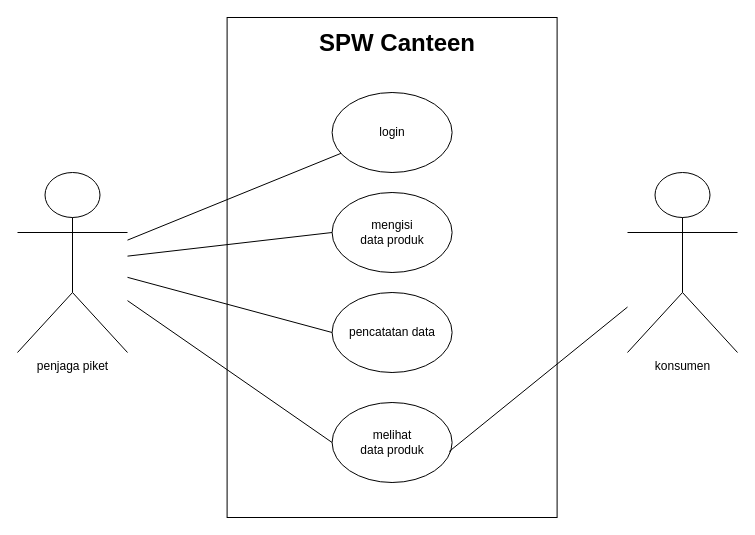
This is use_case.drawio from R-TSE-Real-Time-Software-Engineers/SPW-Canteen, a draw.io file, before an edit. Source tidied: cells renumbered, new cells numbered last; positions are measured from the earlier drawing's top-left corner, leaving out a move shared by most shapes. Both pictures are drawn from the tidied source at 100%, with x=0, y=0 at pixel (17, 22).
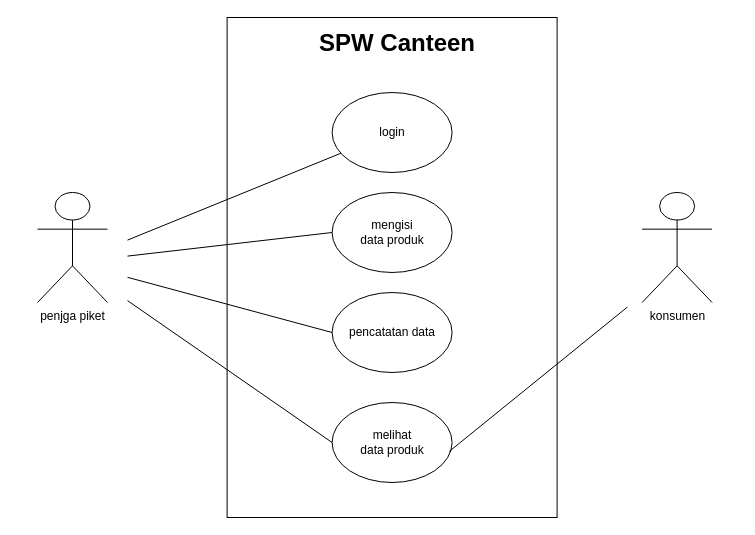
Above is the later version.

Change to the diagram source:
```diff
@@
 <mxGraphModel>
   <root>
     <mxCell id="0" />
     <mxCell id="1" parent="0" />
     <mxCell id="2" style="rounded=0;whiteSpace=wrap;html=1;rotation=90;" parent="1" vertex="1">
       <mxGeometry x="124.6" y="80" width="500" height="330" as="geometry" />
     </mxCell>
-    <mxCell id="3" value="penjaga piket" style="shape=umlActor;verticalLabelPosition=bottom;verticalAlign=top;html=1;outlineConnect=0;" parent="1" vertex="1">
-      <mxGeometry y="150" width="110" height="180" as="geometry" />
-    </mxCell>
-    <mxCell id="4" value="konsumen" style="shape=umlActor;verticalLabelPosition=bottom;verticalAlign=top;html=1;outlineConnect=0;" parent="1" vertex="1">
-      <mxGeometry x="610" y="150" width="110" height="180" as="geometry" />
-    </mxCell>
     <mxCell id="5" value="&lt;h1 style=&quot;margin-top: 0px;&quot;&gt;SPW Canteen&lt;/h1&gt;" style="text;html=1;whiteSpace=wrap;overflow=hidden;rounded=0;" parent="1" vertex="1">
       <mxGeometry x="300" width="180" height="40" as="geometry" />
     </mxCell>
     <mxCell id="6" value="login" style="ellipse;whiteSpace=wrap;html=1;" parent="1" vertex="1">
       <mxGeometry x="314.6" y="70" width="120" height="80" as="geometry" />
     </mxCell>
     <mxCell id="7" value="mengisi&lt;div&gt;data&amp;nbsp;&lt;span style=&quot;background-color: initial;&quot;&gt;produk&lt;/span&gt;&lt;/div&gt;" style="ellipse;whiteSpace=wrap;html=1;" parent="1" vertex="1">
       <mxGeometry x="314.6" y="170" width="120" height="80" as="geometry" />
     </mxCell>
     <mxCell id="8" value="pencatatan data" style="ellipse;whiteSpace=wrap;html=1;" parent="1" vertex="1">
       <mxGeometry x="314.6" y="270" width="120" height="80" as="geometry" />
     </mxCell>
     <mxCell id="9" value="melihat&lt;div&gt;data produk&lt;/div&gt;" style="ellipse;whiteSpace=wrap;html=1;" parent="1" vertex="1">
       <mxGeometry x="314.6" y="380" width="120" height="80" as="geometry" />
     </mxCell>
-    <mxCell id="10" style="endArrow=none;html=1;rounded=0;" parent="1" edge="1" source="3" target="6">
-      <mxGeometry relative="1" as="geometry" />
+    <mxCell id="10" style="endArrow=none;html=1;rounded=0;" parent="1" edge="1" target="6">
+      <mxGeometry relative="1" as="geometry">
+        <mxPoint x="110" y="217.6" as="sourcePoint" />
+      </mxGeometry>
     </mxCell>
-    <mxCell id="11" style="endArrow=none;html=1;rounded=0;entryX=0;entryY=0.5;entryDx=0;entryDy=0;" parent="1" edge="1" source="3" target="7">
-      <mxGeometry relative="1" as="geometry" />
+    <mxCell id="11" style="endArrow=none;html=1;rounded=0;entryX=0;entryY=0.5;entryDx=0;entryDy=0;" parent="1" edge="1" target="7">
+      <mxGeometry relative="1" as="geometry">
+        <mxPoint x="110" y="233.6" as="sourcePoint" />
+      </mxGeometry>
     </mxCell>
-    <mxCell id="12" style="endArrow=none;html=1;rounded=0;entryX=0;entryY=0.5;entryDx=0;entryDy=0;" parent="1" edge="1" source="3" target="8">
-      <mxGeometry relative="1" as="geometry" />
+    <mxCell id="12" style="endArrow=none;html=1;rounded=0;entryX=0;entryY=0.5;entryDx=0;entryDy=0;" parent="1" edge="1" target="8">
+      <mxGeometry relative="1" as="geometry">
+        <mxPoint x="110" y="254.8" as="sourcePoint" />
+      </mxGeometry>
     </mxCell>
-    <mxCell id="13" style="endArrow=none;html=1;rounded=0;entryX=0;entryY=0.5;entryDx=0;entryDy=0;" parent="1" edge="1" source="3" target="9">
-      <mxGeometry relative="1" as="geometry" />
+    <mxCell id="13" style="endArrow=none;html=1;rounded=0;entryX=0;entryY=0.5;entryDx=0;entryDy=0;" parent="1" edge="1" target="9">
+      <mxGeometry relative="1" as="geometry">
+        <mxPoint x="110" y="278.1" as="sourcePoint" />
+      </mxGeometry>
     </mxCell>
-    <mxCell id="14" style="endArrow=none;html=1;rounded=0;exitX=0.976;exitY=0.612;exitDx=0;exitDy=0;exitPerimeter=0;" parent="1" edge="1" source="9" target="4">
-      <mxGeometry relative="1" as="geometry" />
+    <mxCell id="14" style="endArrow=none;html=1;rounded=0;exitX=0.976;exitY=0.612;exitDx=0;exitDy=0;exitPerimeter=0;" parent="1" edge="1" source="9">
+      <mxGeometry relative="1" as="geometry">
+        <mxPoint x="610" y="284.5" as="targetPoint" />
+      </mxGeometry>
     </mxCell>
+    <mxCell id="15" value="penjga piket" style="shape=umlActor;verticalLabelPosition=bottom;verticalAlign=top;html=1;" parent="1" vertex="1">
+      <mxGeometry x="20" y="170" width="70" height="110" as="geometry" />
+    </mxCell>
+    <mxCell id="4" value="konsumen" style="shape=umlActor;verticalLabelPosition=bottom;verticalAlign=top;html=1;outlineConnect=0;" parent="1" vertex="1">
+      <mxGeometry x="624.6" y="170" width="70" height="110" as="geometry" />
+    </mxCell>
   </root>
 </mxGraphModel>
```
